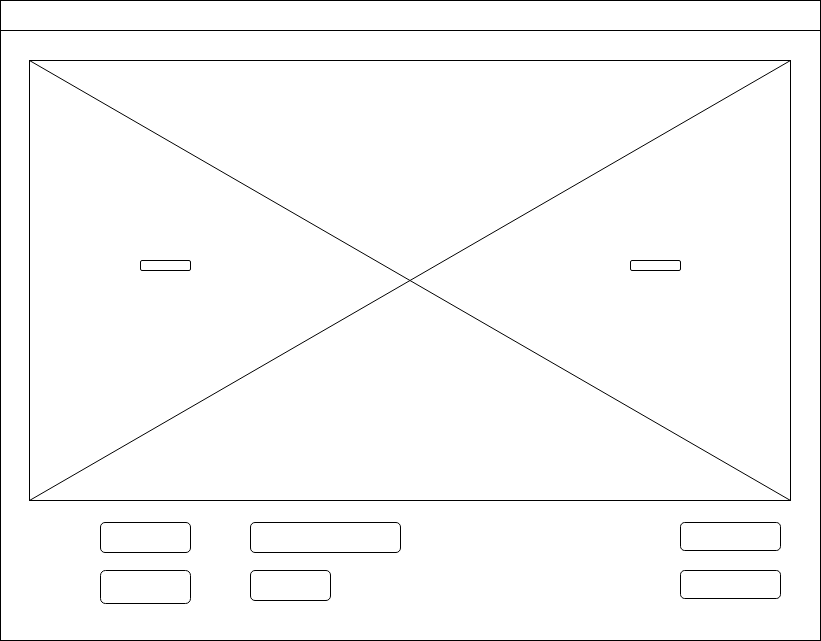
The draw.io diagram Diseños y Modelos/vistaPartida.png in Prodiegus/Kriegspanzer, before a commit. Source tidied: cells renumbered, new cells last; positions are measured from the earlier drawing's top-left corner, leaving out a move shared by most shapes.
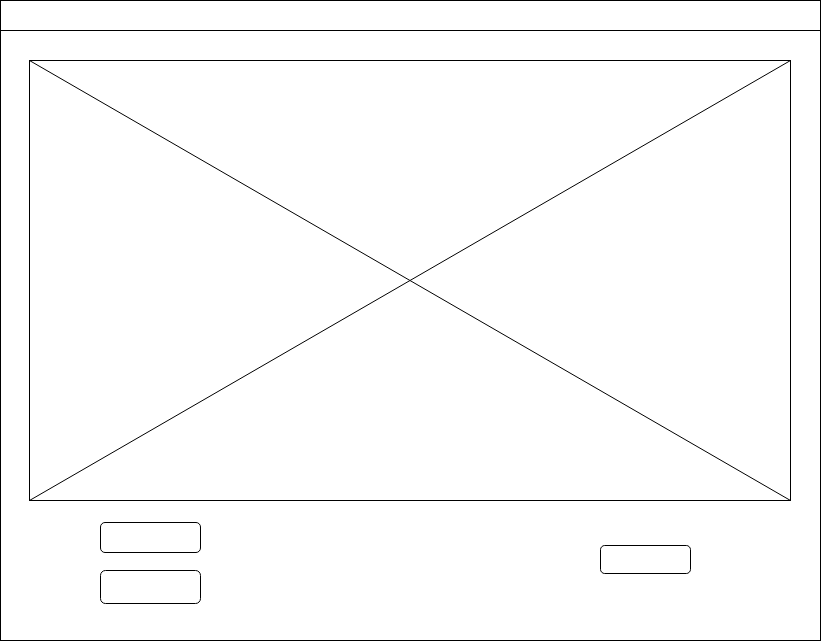
After the commit.

What changed in the source:
```diff
@@ -15,28 +15,13 @@
       <mxGeometry width="820" height="30" as="geometry" />
     </mxCell>
     <mxCell id="6" style="rounded=1;whiteSpace=wrap;html=1;" parent="1" vertex="1">
-      <mxGeometry x="100" y="522" width="90" height="30" as="geometry" />
+      <mxGeometry x="100" y="522" width="100" height="30" as="geometry" />
     </mxCell>
     <mxCell id="7" style="rounded=1;whiteSpace=wrap;html=1;" parent="1" vertex="1">
-      <mxGeometry x="100" y="570" width="90" height="33" as="geometry" />
+      <mxGeometry x="100" y="570" width="100" height="33" as="geometry" />
     </mxCell>
     <mxCell id="8" style="rounded=1;whiteSpace=wrap;html=1;" parent="1" vertex="1">
-      <mxGeometry x="680" y="570" width="100" height="28" as="geometry" />
+      <mxGeometry x="600" y="545" width="90" height="28" as="geometry" />
     </mxCell>
-    <mxCell id="9" style="rounded=1;whiteSpace=wrap;html=1;" parent="1" vertex="1">
-      <mxGeometry x="250" y="522" width="150" height="30" as="geometry" />
-    </mxCell>
-    <mxCell id="10" style="rounded=1;whiteSpace=wrap;html=1;" parent="1" vertex="1">
-      <mxGeometry x="250" y="570" width="80" height="30" as="geometry" />
-    </mxCell>
-    <mxCell id="11" style="rounded=1;whiteSpace=wrap;html=1;" parent="1" vertex="1">
-      <mxGeometry x="680" y="522" width="100" height="28" as="geometry" />
-    </mxCell>
-    <mxCell id="12" style="rounded=1;whiteSpace=wrap;html=1;" parent="1" vertex="1">
-      <mxGeometry x="140" y="260" width="50" height="10" as="geometry" />
-    </mxCell>
-    <mxCell id="13" style="rounded=1;whiteSpace=wrap;html=1;" parent="1" vertex="1">
-      <mxGeometry x="630" y="260" width="50" height="10" as="geometry" />
-    </mxCell>
   </root>
 </mxGraphModel>
```
